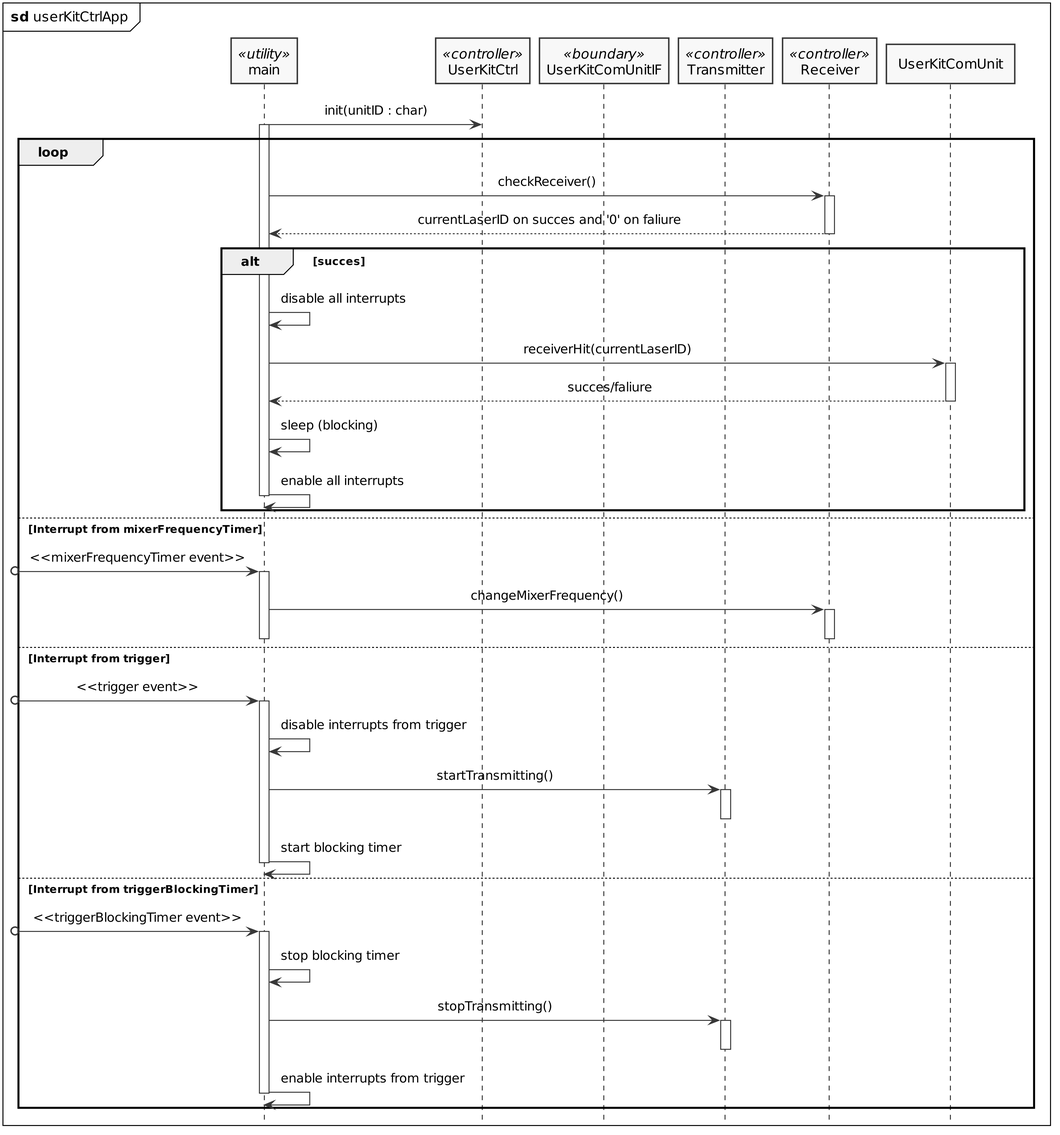
This is PlantUML/out/userKitCtrlApp_sd.png from LasseKrarup/Laser-Tag-Project, a PlantUML export, as it was before one commit.
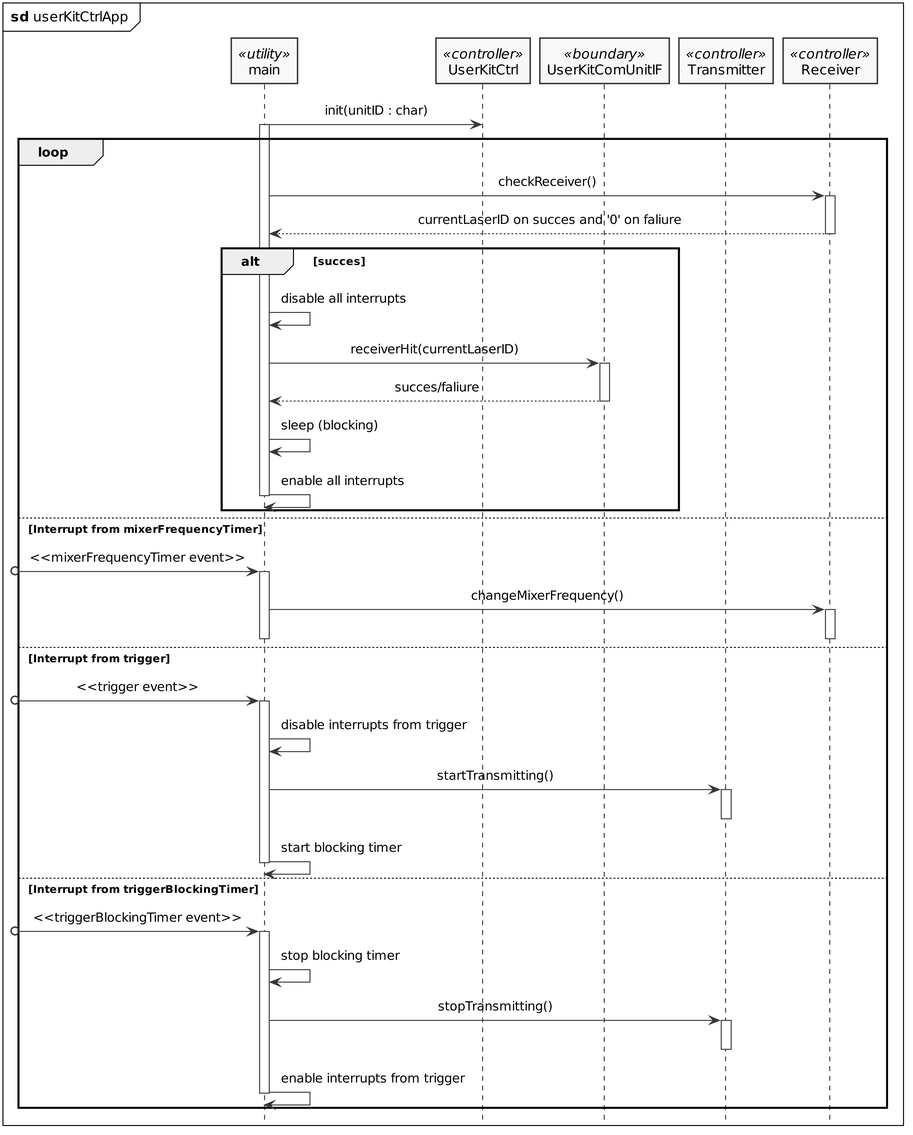
Above is the later version.

Diff of the diagram source:
```diff
@@ -28,7 +28,7 @@
 
     alt succes
         main -> main: disable all interrupts
-        main -> UserKitComUnit++: receiverHit(currentLaserID)
+        main -> UserKitComUnitIF++: receiverHit(currentLaserID)
         return succes/faliure
         main -> main: sleep (blocking)
         main -> main: enable all interrupts
```
